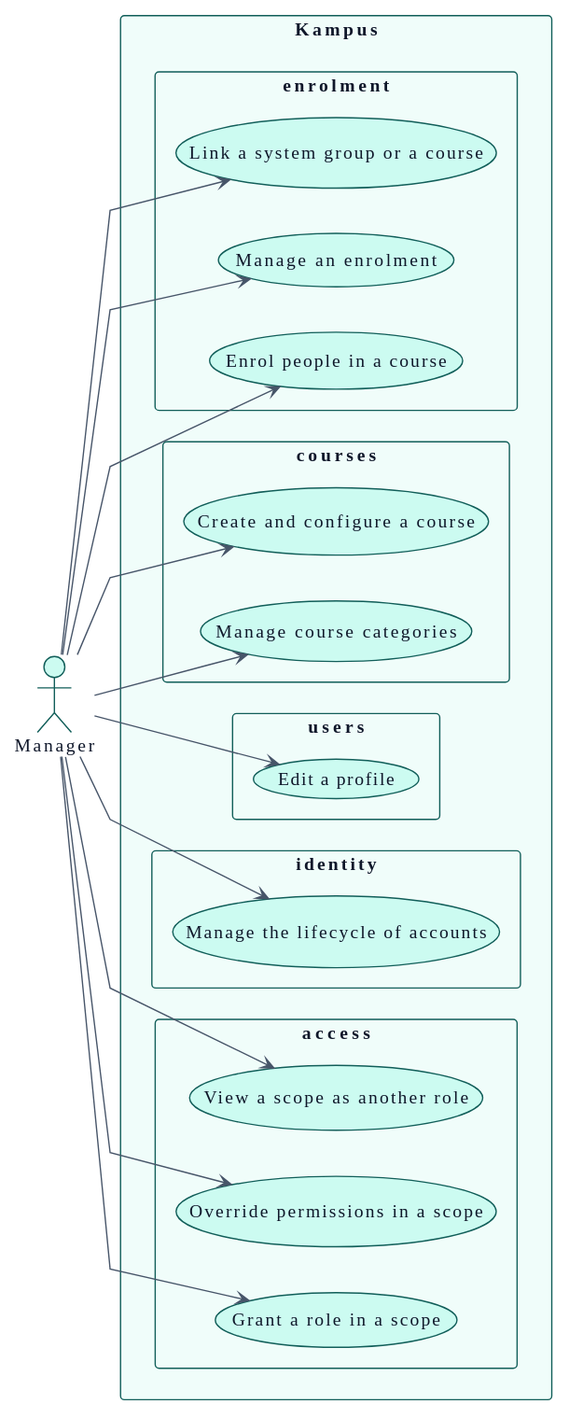
This is docs/01-requirements/use-cases-manager.svg from didactika/kampus, a PlantUML export, as it was before one commit.
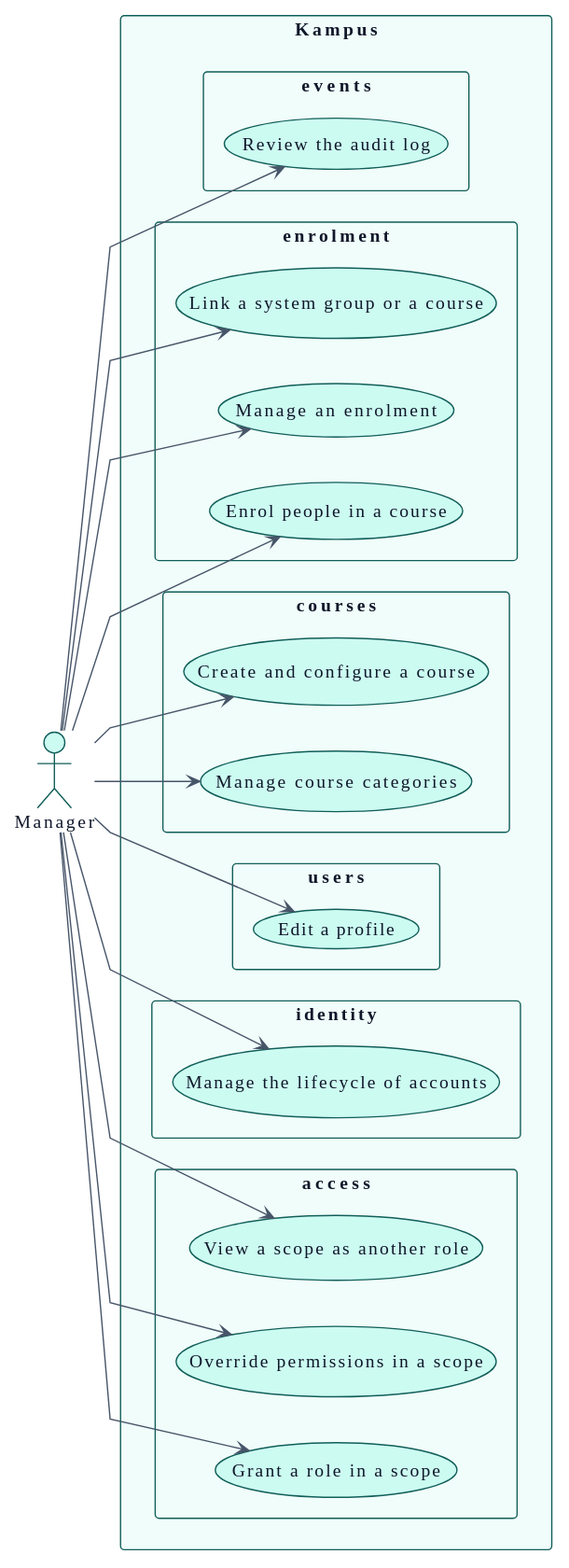
The same file after the commit.

Diff of the diagram source:
```diff
@@ -129,6 +129,9 @@
     usecase "Manage an enrolment" as UC_manageEnrolment
     usecase "Link a system group or a course" as UC_linkEnrolmentSource
   }
+  package "events" {
+    usecase "Review the audit log" as UC_reviewAuditLog
+  }
 }
 
 A_Manager --> UC_grantRole
@@ -141,4 +144,5 @@
 A_Manager --> UC_enrolPeople
 A_Manager --> UC_manageEnrolment
 A_Manager --> UC_linkEnrolmentSource
+A_Manager --> UC_reviewAuditLog
 @enduml
```
